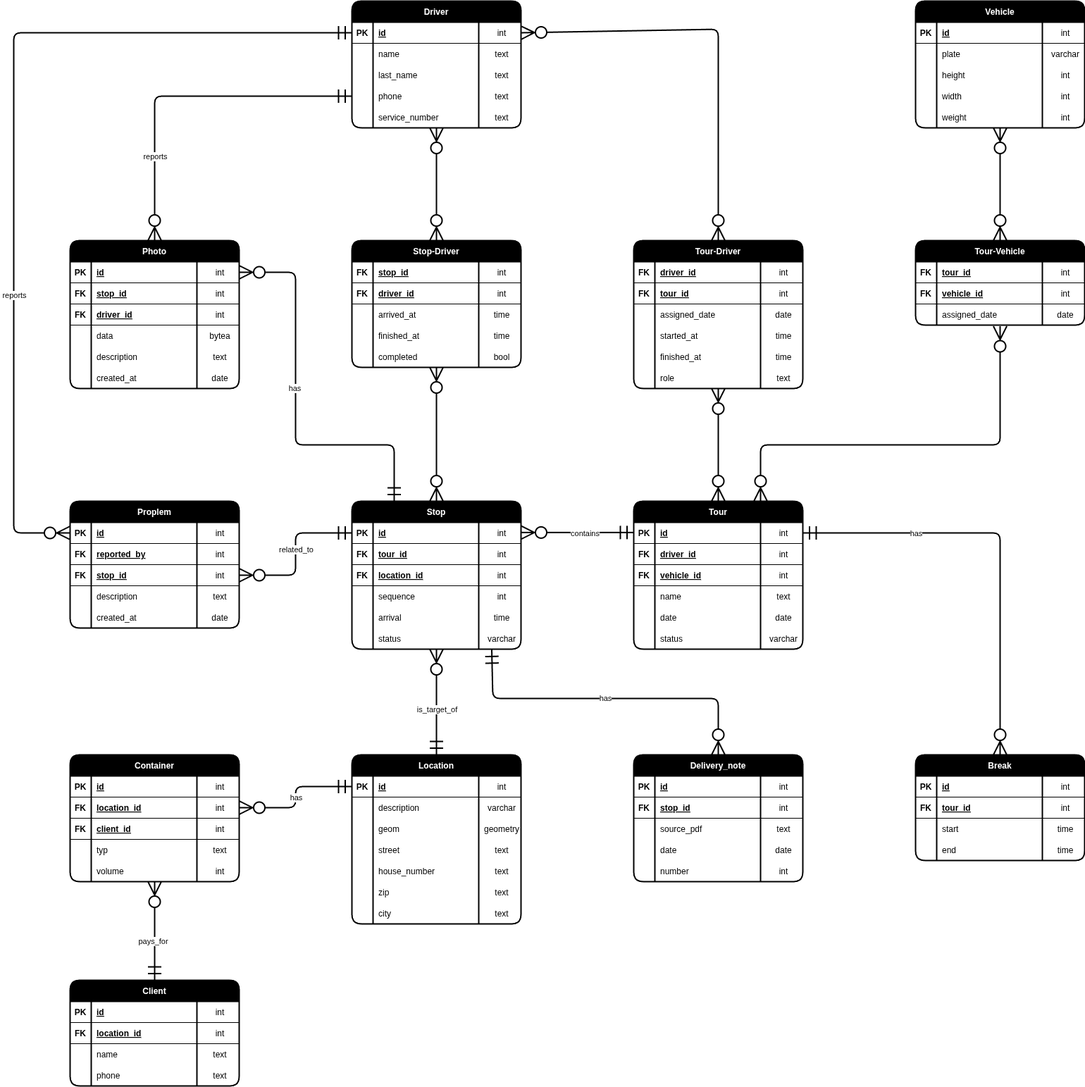
Above: docs/database/erd.png in gabrielbindi/VoBi-Tour (draw.io), before the change. Source tidied: cells renumbered, new cells last; positions are measured from the earlier drawing's top-left corner, leaving out a move shared by most shapes.
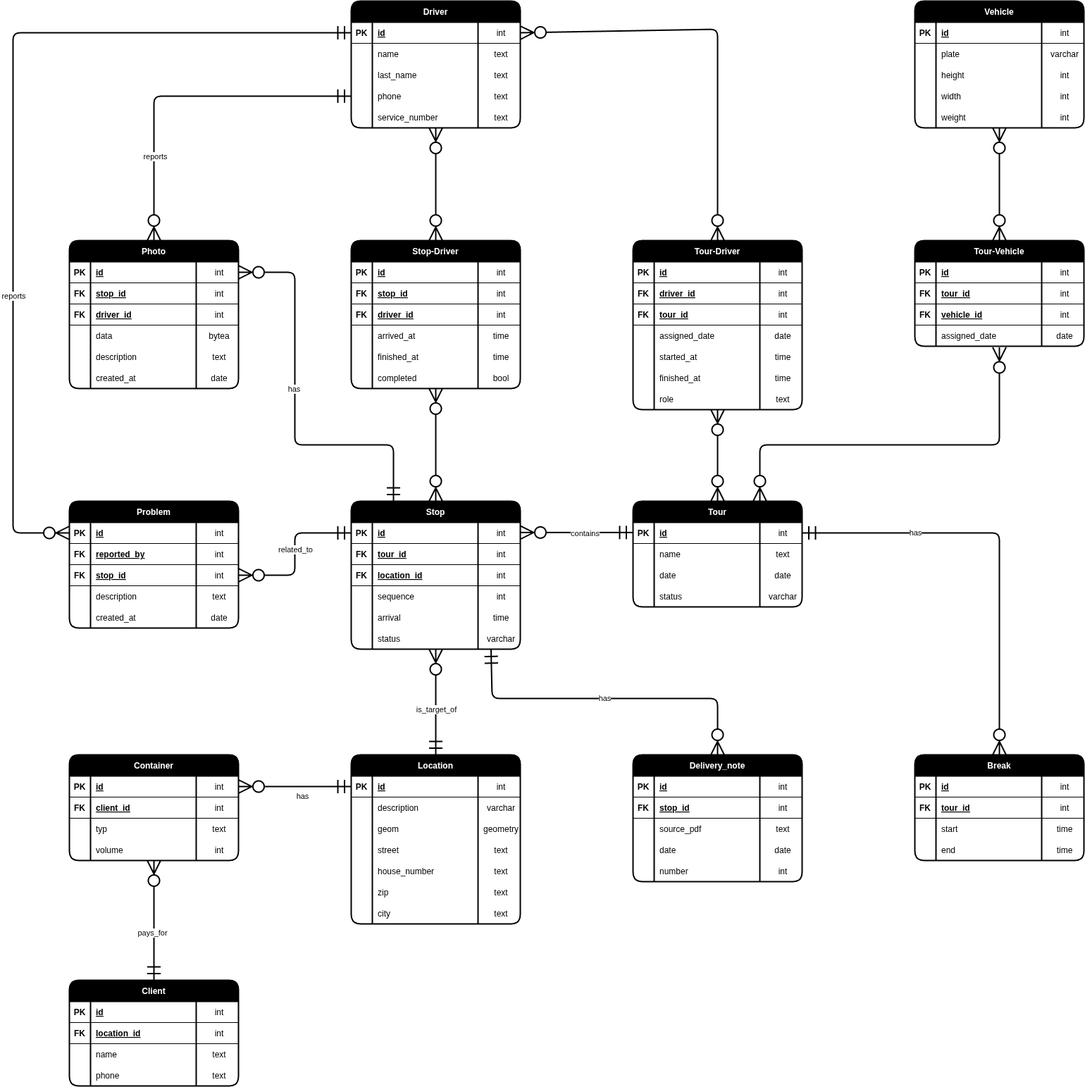
After the change.

Commit message:
#26 Container has now locatio_id. Break has now driver_id to safe which driver it was. Photo created_at hast datatyp datetime

What changed in the source:
```diff
@@ -68,3 +68,3 @@
     <mxCell id="23" value="Tour" style="shape=table;startSize=30;rowLines=0;fontStyle=1;align=center;swimlaneFillColor=none;fillColor=#000000;fontColor=#FFFFFF;strokeWidth=2;rounded=1;" parent="1" vertex="1">
-      <mxGeometry x="880" y="710" width="240" height="210" as="geometry" />
+      <mxGeometry x="880" y="710" width="240" height="150" as="geometry" />
     </mxCell>
@@ -82,28 +82,4 @@
     </mxCell>
-    <mxCell id="28" style="shape=tableRow;horizontal=0;startSize=0;swimlaneHead=0;swimlaneBody=0;fillColor=none;top=0;left=0;right=0;bottom=1;" parent="23" vertex="1">
-      <mxGeometry y="60" width="240" height="30" as="geometry" />
-    </mxCell>
-    <mxCell id="29" value="FK" style="shape=partialRectangle;fillColor=none;top=0;left=0;bottom=0;right=0;fontStyle=1;overflow=hidden;" parent="28" vertex="1">
-      <mxGeometry width="30" height="30" as="geometry" />
-    </mxCell>
-    <mxCell id="30" value="driver_id" style="shape=partialRectangle;fillColor=none;top=0;left=0;bottom=0;right=0;align=left;spacingLeft=6;fontStyle=5;overflow=hidden;" parent="28" vertex="1">
-      <mxGeometry x="30" width="150" height="30" as="geometry" />
-    </mxCell>
-    <mxCell id="31" value="int" style="shape=partialRectangle;fillColor=none;top=0;left=0;bottom=0;right=0;align=center;spacingLeft=6;fontStyle=0;overflow=hidden;" parent="28" vertex="1">
-      <mxGeometry x="180" width="60" height="30" as="geometry" />
-    </mxCell>
-    <mxCell id="32" style="shape=tableRow;horizontal=0;startSize=0;swimlaneHead=0;swimlaneBody=0;fillColor=none;top=0;left=0;right=0;bottom=1;" parent="23" vertex="1">
-      <mxGeometry y="90" width="240" height="30" as="geometry" />
-    </mxCell>
-    <mxCell id="33" value="FK" style="shape=partialRectangle;fillColor=none;top=0;left=0;bottom=0;right=0;fontStyle=1;overflow=hidden;" parent="32" vertex="1">
-      <mxGeometry width="30" height="30" as="geometry" />
-    </mxCell>
-    <mxCell id="34" value="vehicle_id" style="shape=partialRectangle;fillColor=none;top=0;left=0;bottom=0;right=0;align=left;spacingLeft=6;fontStyle=5;overflow=hidden;" parent="32" vertex="1">
-      <mxGeometry x="30" width="150" height="30" as="geometry" />
-    </mxCell>
-    <mxCell id="35" value="int" style="shape=partialRectangle;fillColor=none;top=0;left=0;bottom=0;right=0;align=center;spacingLeft=6;fontStyle=0;overflow=hidden;" parent="32" vertex="1">
-      <mxGeometry x="180" width="60" height="30" as="geometry" />
-    </mxCell>
     <mxCell id="36" style="shape=tableRow;horizontal=0;startSize=0;swimlaneHead=0;swimlaneBody=0;fillColor=none;top=0;left=0;right=0;bottom=0;" parent="23" vertex="1">
-      <mxGeometry y="120" width="240" height="30" as="geometry" />
+      <mxGeometry y="60" width="240" height="30" as="geometry" />
     </mxCell>
@@ -119,3 +95,3 @@
     <mxCell id="40" style="shape=tableRow;horizontal=0;startSize=0;swimlaneHead=0;swimlaneBody=0;fillColor=none;top=0;left=0;right=0;bottom=0;" parent="23" vertex="1">
-      <mxGeometry y="150" width="240" height="30" as="geometry" />
+      <mxGeometry y="90" width="240" height="30" as="geometry" />
     </mxCell>
@@ -131,3 +107,3 @@
     <mxCell id="44" style="shape=tableRow;horizontal=0;startSize=0;swimlaneHead=0;swimlaneBody=0;fillColor=none;top=0;left=0;right=0;bottom=0;" parent="23" vertex="1">
-      <mxGeometry y="180" width="240" height="30" as="geometry" />
+      <mxGeometry y="120" width="240" height="30" as="geometry" />
     </mxCell>
@@ -205,3 +181,3 @@
     </mxCell>
-    <mxCell id="67" value="Proplem" style="shape=table;startSize=30;rowLines=0;fontStyle=1;align=center;swimlaneFillColor=none;fillColor=#000000;fontColor=#FFFFFF;strokeWidth=2;rounded=1;" parent="1" vertex="1">
+    <mxCell id="67" value="Problem" style="shape=table;startSize=30;rowLines=0;fontStyle=1;align=center;swimlaneFillColor=none;fillColor=#000000;fontColor=#FFFFFF;strokeWidth=2;rounded=1;" parent="1" vertex="1">
       <mxGeometry x="80" y="710" width="240" height="180" as="geometry" />
@@ -507,3 +483,3 @@
     <mxCell id="165" value="Container" style="shape=table;startSize=30;rowLines=0;fontStyle=1;align=center;swimlaneFillColor=none;fillColor=#000000;fontColor=#FFFFFF;strokeWidth=2;rounded=1;" parent="1" vertex="1">
-      <mxGeometry x="80" y="1070" width="240" height="180" as="geometry" />
+      <mxGeometry x="80" y="1070" width="240" height="150" as="geometry" />
     </mxCell>
@@ -521,16 +497,4 @@
     </mxCell>
-    <mxCell id="170" style="shape=tableRow;horizontal=0;startSize=0;swimlaneHead=0;swimlaneBody=0;fillColor=none;points=[[0,0.5],[1,0.5]];portConstraint=eastwest;top=0;left=0;right=0;bottom=1;" parent="165" vertex="1">
-      <mxGeometry y="60" width="240" height="30" as="geometry" />
-    </mxCell>
-    <mxCell id="171" value="FK" style="shape=partialRectangle;fillColor=none;top=0;left=0;bottom=0;right=0;fontStyle=1;overflow=hidden;" parent="170" vertex="1">
-      <mxGeometry width="30" height="30" as="geometry" />
-    </mxCell>
-    <mxCell id="172" value="location_id" style="shape=partialRectangle;fillColor=none;top=0;left=0;bottom=0;right=0;align=left;spacingLeft=6;fontStyle=5;overflow=hidden;" parent="170" vertex="1">
-      <mxGeometry x="30" width="150" height="30" as="geometry" />
-    </mxCell>
-    <mxCell id="173" value="int" style="shape=partialRectangle;fillColor=none;top=0;left=0;bottom=0;right=0;align=center;spacingLeft=6;fontStyle=0;overflow=hidden;" parent="170" vertex="1">
-      <mxGeometry x="180" width="60" height="30" as="geometry" />
-    </mxCell>
     <mxCell id="174" style="shape=tableRow;horizontal=0;startSize=0;swimlaneHead=0;swimlaneBody=0;fillColor=none;top=0;left=0;right=0;bottom=1;" parent="165" vertex="1">
-      <mxGeometry y="90" width="240" height="30" as="geometry" />
+      <mxGeometry y="60" width="240" height="30" as="geometry" />
     </mxCell>
@@ -546,3 +510,3 @@
     <mxCell id="178" style="shape=tableRow;horizontal=0;startSize=0;swimlaneHead=0;swimlaneBody=0;fillColor=none;top=0;left=0;right=0;bottom=0;" parent="165" vertex="1">
-      <mxGeometry y="120" width="240" height="30" as="geometry" />
+      <mxGeometry y="90" width="240" height="30" as="geometry" />
     </mxCell>
@@ -558,3 +522,3 @@
     <mxCell id="182" style="shape=tableRow;horizontal=0;startSize=0;swimlaneHead=0;swimlaneBody=0;fillColor=none;top=0;left=0;right=0;bottom=0;" parent="165" vertex="1">
-      <mxGeometry y="150" width="240" height="30" as="geometry" />
+      <mxGeometry y="120" width="240" height="30" as="geometry" />
     </mxCell>
@@ -569,9 +533,4 @@
     </mxCell>
-    <mxCell id="186" style="fontSize=12;html=1;endArrow=ERzeroToMany;startArrow=ERmandOne;entryX=1;entryY=0.5;entryDx=0;entryDy=0;endSize=16;startSize=16;targetPerimeterSpacing=0;strokeWidth=2;exitX=0;exitY=0.5;exitDx=0;exitDy=0;" parent="1" edge="1" source="137" target="170">
-      <mxGeometry relative="1" as="geometry">
-        <Array as="points">
-          <mxPoint x="400" y="1115" />
-          <mxPoint x="400" y="1145" />
-        </Array>
-      </mxGeometry>
+    <mxCell id="186" style="fontSize=12;html=1;endArrow=ERzeroToMany;startArrow=ERmandOne;entryX=1;entryY=0.5;entryDx=0;entryDy=0;endSize=16;startSize=16;targetPerimeterSpacing=0;strokeWidth=2;exitX=0;exitY=0.5;exitDx=0;exitDy=0;" parent="1" edge="1" source="137" target="166">
+      <mxGeometry relative="1" as="geometry" />
     </mxCell>
@@ -823,6 +782,18 @@
     <mxCell id="261" value="Stop-Driver" style="shape=table;startSize=30;rowLines=0;fontStyle=1;align=center;swimlaneFillColor=none;fillColor=#000000;fontColor=#FFFFFF;strokeWidth=2;rounded=1;" parent="1" vertex="1">
-      <mxGeometry x="480" y="340" width="240" height="180" as="geometry" />
+      <mxGeometry x="480" y="340" width="240" height="210" as="geometry" />
     </mxCell>
+    <mxCell id="330" style="shape=tableRow;horizontal=0;startSize=0;swimlaneHead=0;swimlaneBody=0;fillColor=none;top=0;left=0;right=0;bottom=1;" parent="261" vertex="1">
+      <mxGeometry y="30" width="240" height="30" as="geometry" />
+    </mxCell>
+    <mxCell id="331" value="PK" style="shape=partialRectangle;fillColor=none;top=0;left=0;bottom=0;right=0;fontStyle=1;overflow=hidden;" parent="330" vertex="1">
+      <mxGeometry width="30" height="30" as="geometry" />
+    </mxCell>
+    <mxCell id="332" value="id" style="shape=partialRectangle;fillColor=none;top=0;left=0;bottom=0;right=0;align=left;spacingLeft=6;fontStyle=5;overflow=hidden;" parent="330" vertex="1">
+      <mxGeometry x="30" width="150" height="30" as="geometry" />
+    </mxCell>
+    <mxCell id="333" value="int" style="shape=partialRectangle;fillColor=none;top=0;left=0;bottom=0;right=0;align=center;spacingLeft=6;fontStyle=0;overflow=hidden;" parent="330" vertex="1">
+      <mxGeometry x="180" width="60" height="30" as="geometry" />
+    </mxCell>
     <mxCell id="262" style="shape=tableRow;horizontal=0;startSize=0;swimlaneHead=0;swimlaneBody=0;fillColor=none;top=0;left=0;right=0;bottom=1;" parent="261" vertex="1">
-      <mxGeometry y="30" width="240" height="30" as="geometry" />
+      <mxGeometry y="60" width="240" height="30" as="geometry" />
     </mxCell>
@@ -838,3 +809,3 @@
     <mxCell id="266" style="shape=tableRow;horizontal=0;startSize=0;swimlaneHead=0;swimlaneBody=0;fillColor=none;top=0;left=0;right=0;bottom=1;" parent="261" vertex="1">
-      <mxGeometry y="60" width="240" height="30" as="geometry" />
+      <mxGeometry y="90" width="240" height="30" as="geometry" />
     </mxCell>
@@ -850,3 +821,3 @@
     <mxCell id="270" style="shape=tableRow;horizontal=0;startSize=0;swimlaneHead=0;swimlaneBody=0;fillColor=none;top=0;left=0;right=0;bottom=0;" parent="261" vertex="1">
-      <mxGeometry y="90" width="240" height="30" as="geometry" />
+      <mxGeometry y="120" width="240" height="30" as="geometry" />
     </mxCell>
@@ -862,3 +833,3 @@
     <mxCell id="274" style="shape=tableRow;horizontal=0;startSize=0;swimlaneHead=0;swimlaneBody=0;fillColor=none;top=0;left=0;right=0;bottom=0;" parent="261" vertex="1">
-      <mxGeometry y="120" width="240" height="30" as="geometry" />
+      <mxGeometry y="150" width="240" height="30" as="geometry" />
     </mxCell>
@@ -874,3 +845,3 @@
     <mxCell id="278" style="shape=tableRow;horizontal=0;startSize=0;swimlaneHead=0;swimlaneBody=0;fillColor=none;top=0;left=0;right=0;bottom=0;" parent="261" vertex="1">
-      <mxGeometry y="150" width="240" height="30" as="geometry" />
+      <mxGeometry y="180" width="240" height="30" as="geometry" />
     </mxCell>
@@ -892,6 +863,18 @@
     <mxCell id="284" value="Tour-Vehicle" style="shape=table;startSize=30;rowLines=0;fontStyle=1;align=center;swimlaneFillColor=none;fillColor=#000000;fontColor=#FFFFFF;strokeWidth=2;rounded=1;" parent="1" vertex="1">
-      <mxGeometry x="1280" y="340" width="240" height="120" as="geometry" />
+      <mxGeometry x="1280" y="340" width="240" height="150" as="geometry" />
     </mxCell>
+    <mxCell id="334" style="shape=tableRow;horizontal=0;startSize=0;swimlaneHead=0;swimlaneBody=0;fillColor=none;top=0;left=0;right=0;bottom=1;" parent="284" vertex="1">
+      <mxGeometry y="30" width="240" height="30" as="geometry" />
+    </mxCell>
+    <mxCell id="335" value="PK" style="shape=partialRectangle;fillColor=none;top=0;left=0;bottom=0;right=0;fontStyle=1;overflow=hidden;" parent="334" vertex="1">
+      <mxGeometry width="30" height="30" as="geometry" />
+    </mxCell>
+    <mxCell id="336" value="id" style="shape=partialRectangle;fillColor=none;top=0;left=0;bottom=0;right=0;align=left;spacingLeft=6;fontStyle=5;overflow=hidden;" parent="334" vertex="1">
+      <mxGeometry x="30" width="150" height="30" as="geometry" />
+    </mxCell>
+    <mxCell id="337" value="int" style="shape=partialRectangle;fillColor=none;top=0;left=0;bottom=0;right=0;align=center;spacingLeft=6;fontStyle=0;overflow=hidden;" parent="334" vertex="1">
+      <mxGeometry x="180" width="60" height="30" as="geometry" />
+    </mxCell>
     <mxCell id="285" style="shape=tableRow;horizontal=0;startSize=0;swimlaneHead=0;swimlaneBody=0;fillColor=none;top=0;left=0;right=0;bottom=1;" parent="284" vertex="1">
-      <mxGeometry y="30" width="240" height="30" as="geometry" />
+      <mxGeometry y="60" width="240" height="30" as="geometry" />
     </mxCell>
@@ -907,3 +890,3 @@
     <mxCell id="289" style="shape=tableRow;horizontal=0;startSize=0;swimlaneHead=0;swimlaneBody=0;fillColor=none;top=0;left=0;right=0;bottom=1;" parent="284" vertex="1">
-      <mxGeometry y="60" width="240" height="30" as="geometry" />
+      <mxGeometry y="90" width="240" height="30" as="geometry" />
     </mxCell>
@@ -919,3 +902,3 @@
     <mxCell id="293" style="shape=tableRow;horizontal=0;startSize=0;swimlaneHead=0;swimlaneBody=0;fillColor=none;points=[[0,0.5],[1,0.5]];portConstraint=eastwest;top=0;left=0;right=0;bottom=0;" parent="284" vertex="1">
-      <mxGeometry y="90" width="240" height="30" as="geometry" />
+      <mxGeometry y="120" width="240" height="30" as="geometry" />
     </mxCell>
@@ -942,6 +925,18 @@
     <mxCell id="299" value="Tour-Driver" style="shape=table;startSize=30;rowLines=0;fontStyle=1;align=center;swimlaneFillColor=none;fillColor=#000000;fontColor=#FFFFFF;strokeWidth=2;rounded=1;" parent="1" vertex="1">
-      <mxGeometry x="880" y="340" width="240" height="210" as="geometry" />
+      <mxGeometry x="880" y="340" width="240" height="240" as="geometry" />
     </mxCell>
+    <mxCell id="338" style="shape=tableRow;horizontal=0;startSize=0;swimlaneHead=0;swimlaneBody=0;fillColor=none;top=0;left=0;right=0;bottom=1;" parent="299" vertex="1">
+      <mxGeometry y="30" width="240" height="30" as="geometry" />
+    </mxCell>
+    <mxCell id="339" value="PK" style="shape=partialRectangle;fillColor=none;top=0;left=0;bottom=0;right=0;fontStyle=1;overflow=hidden;" parent="338" vertex="1">
+      <mxGeometry width="30" height="30" as="geometry" />
+    </mxCell>
+    <mxCell id="340" value="id" style="shape=partialRectangle;fillColor=none;top=0;left=0;bottom=0;right=0;align=left;spacingLeft=6;fontStyle=5;overflow=hidden;" parent="338" vertex="1">
+      <mxGeometry x="30" width="150" height="30" as="geometry" />
+    </mxCell>
+    <mxCell id="341" value="int" style="shape=partialRectangle;fillColor=none;top=0;left=0;bottom=0;right=0;align=center;spacingLeft=6;fontStyle=0;overflow=hidden;" parent="338" vertex="1">
+      <mxGeometry x="180" width="60" height="30" as="geometry" />
+    </mxCell>
     <mxCell id="300" style="shape=tableRow;horizontal=0;startSize=0;swimlaneHead=0;swimlaneBody=0;fillColor=none;top=0;left=0;right=0;bottom=1;" parent="299" vertex="1">
-      <mxGeometry y="30" width="240" height="30" as="geometry" />
+      <mxGeometry y="60" width="240" height="30" as="geometry" />
     </mxCell>
@@ -957,3 +952,3 @@
     <mxCell id="304" style="shape=tableRow;horizontal=0;startSize=0;swimlaneHead=0;swimlaneBody=0;fillColor=none;top=0;left=0;right=0;bottom=1;" parent="299" vertex="1">
-      <mxGeometry y="60" width="240" height="30" as="geometry" />
+      <mxGeometry y="90" width="240" height="30" as="geometry" />
     </mxCell>
@@ -969,3 +964,3 @@
     <mxCell id="308" style="shape=tableRow;horizontal=0;startSize=0;swimlaneHead=0;swimlaneBody=0;fillColor=none;top=0;left=0;right=0;bottom=0;" parent="299" vertex="1">
-      <mxGeometry y="90" width="240" height="30" as="geometry" />
+      <mxGeometry y="120" width="240" height="30" as="geometry" />
     </mxCell>
@@ -981,3 +976,3 @@
     <mxCell id="312" style="shape=tableRow;horizontal=0;startSize=0;swimlaneHead=0;swimlaneBody=0;fillColor=none;top=0;left=0;right=0;bottom=0;" parent="299" vertex="1">
-      <mxGeometry y="120" width="240" height="30" as="geometry" />
+      <mxGeometry y="150" width="240" height="30" as="geometry" />
     </mxCell>
@@ -993,3 +988,3 @@
     <mxCell id="316" style="shape=tableRow;horizontal=0;startSize=0;swimlaneHead=0;swimlaneBody=0;fillColor=none;top=0;left=0;right=0;bottom=0;" parent="299" vertex="1">
-      <mxGeometry y="150" width="240" height="30" as="geometry" />
+      <mxGeometry y="180" width="240" height="30" as="geometry" />
     </mxCell>
@@ -1005,3 +1000,3 @@
     <mxCell id="320" style="shape=tableRow;horizontal=0;startSize=0;swimlaneHead=0;swimlaneBody=0;fillColor=none;top=0;left=0;right=0;bottom=0;" parent="299" vertex="1">
-      <mxGeometry y="180" width="240" height="30" as="geometry" />
+      <mxGeometry y="210" width="240" height="30" as="geometry" />
     </mxCell>
```
